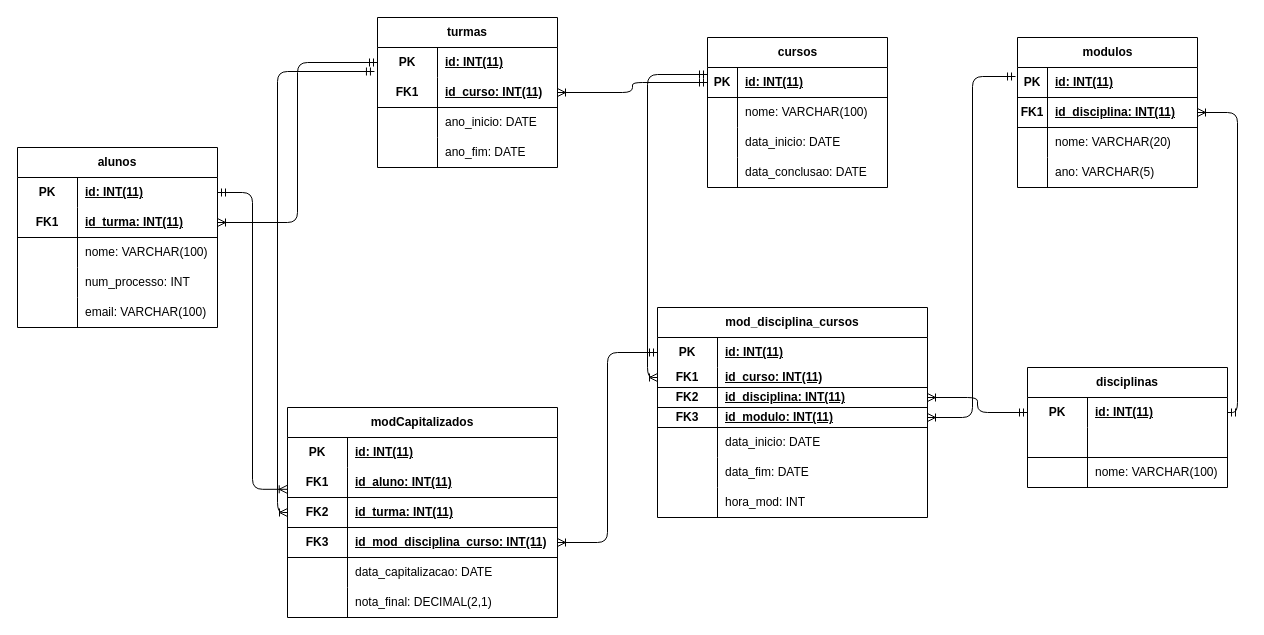
Above: gmr_modER.drawio in DaviClementee/Gest_mod_reali_Davi_Mario_Karamjit_Gerry (draw.io), before the change. Source tidied: cells renumbered, new cells numbered last; positions are measured from the earlier drawing's top-left corner, leaving out a move shared by most shapes. Both pictures are drawn from the tidied source at 100%, with x=0, y=0 at pixel (17, 17).
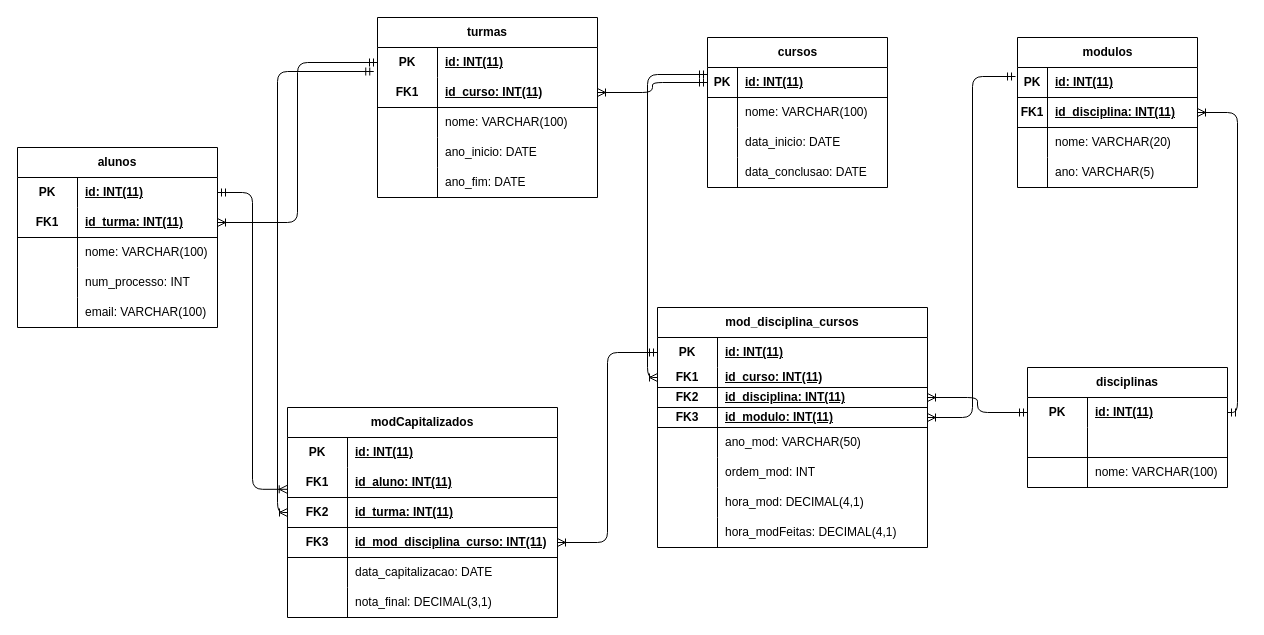
After the change.

Unchanged cells that the change refers to:
```xml
<mxCell id="83" style="shape=tableRow;horizontal=0;startSize=0;swimlaneHead=0;swimlaneBody=0;fillColor=none;top=0;left=0;right=0;bottom=0;html=1;" parent="70" vertex="1">
  <mxGeometry y="120" width="270" height="30" as="geometry" />
</mxCell>
<mxCell id="86" style="shape=tableRow;horizontal=0;startSize=0;swimlaneHead=0;swimlaneBody=0;fillColor=none;top=0;left=0;right=0;bottom=0;html=1;" parent="70" vertex="1">
  <mxGeometry y="150" width="270" height="30" as="geometry" />
</mxCell>
<mxCell id="89" style="shape=tableRow;horizontal=0;startSize=0;swimlaneHead=0;swimlaneBody=0;fillColor=none;top=0;left=0;right=0;bottom=0;html=1;" parent="70" vertex="1">
  <mxGeometry y="180" width="270" height="30" as="geometry" />
</mxCell>
<mxCell id="113" style="shape=tableRow;horizontal=0;startSize=0;swimlaneHead=0;swimlaneBody=0;fillColor=none;top=0;left=0;right=0;bottom=0;html=1;" parent="97" vertex="1">
  <mxGeometry y="180" width="270" height="30" as="geometry" />
</mxCell>
```

Change to the diagram source:
```diff
@@
     <mxCell id="2" value="turmas" style="shape=table;startSize=30;childLayout=tableLayout;rowLines=0;fontStyle=1;align=center;html=1;whiteSpace=wrap;" parent="1" vertex="1">
-      <mxGeometry x="360" width="180" height="150" as="geometry" />
+      <mxGeometry x="360" width="220" height="180" as="geometry" />
     </mxCell>
     <mxCell id="3" style="shape=tableRow;horizontal=0;startSize=0;swimlaneHead=0;swimlaneBody=0;fillColor=none;points=[[0,0.5],[1,0.5]];portConstraint=eastwest;top=0;left=0;right=0;bottom=0;html=1;" parent="2" vertex="1">
-      <mxGeometry y="30" width="180" height="30" as="geometry" />
+      <mxGeometry y="30" width="220" height="30" as="geometry" />
     </mxCell>
@@
     <mxCell id="5" value="id: INT(11)" style="shape=partialRectangle;fillColor=none;top=0;left=0;bottom=0;right=0;align=left;spacingLeft=6;fontStyle=5;overflow=hidden;html=1;whiteSpace=wrap;" parent="3" vertex="1">
-      <mxGeometry x="60" width="120" height="30" as="geometry" />
+      <mxGeometry x="60" width="160" height="30" as="geometry" />
     </mxCell>
     <mxCell id="6" style="shape=tableRow;horizontal=0;startSize=0;swimlaneHead=0;swimlaneBody=0;fillColor=none;points=[[0,0.5],[1,0.5]];portConstraint=eastwest;top=0;left=0;right=0;bottom=1;html=1;" parent="2" vertex="1">
-      <mxGeometry y="60" width="180" height="30" as="geometry" />
+      <mxGeometry y="60" width="220" height="30" as="geometry" />
     </mxCell>
@@
     <mxCell id="8" value="id_curso: INT(11)" style="shape=partialRectangle;fillColor=none;top=0;left=0;bottom=0;right=0;align=left;spacingLeft=6;fontStyle=5;overflow=hidden;html=1;whiteSpace=wrap;" parent="6" vertex="1">
-      <mxGeometry x="60" width="120" height="30" as="geometry" />
+      <mxGeometry x="60" width="160" height="30" as="geometry" />
     </mxCell>
+    <mxCell id="117" style="shape=tableRow;horizontal=0;startSize=0;swimlaneHead=0;swimlaneBody=0;fillColor=none;top=0;left=0;right=0;bottom=0;html=1;" parent="2" vertex="1">
+      <mxGeometry y="90" width="220" height="30" as="geometry" />
+    </mxCell>
+    <mxCell id="118" style="shape=partialRectangle;fillColor=none;top=0;left=0;bottom=0;right=0;overflow=hidden;html=1;whiteSpace=wrap;" parent="117" vertex="1">
+      <mxGeometry width="60" height="30" as="geometry" />
+    </mxCell>
+    <mxCell id="119" value="nome: VARCHAR(100)" style="shape=partialRectangle;fillColor=none;top=0;left=0;bottom=0;right=0;align=left;spacingLeft=6;overflow=hidden;html=1;whiteSpace=wrap;" parent="117" vertex="1">
+      <mxGeometry x="60" width="160" height="30" as="geometry" />
+    </mxCell>
     <mxCell id="9" style="shape=tableRow;horizontal=0;startSize=0;swimlaneHead=0;swimlaneBody=0;fillColor=none;top=0;left=0;right=0;bottom=0;html=1;" parent="2" vertex="1">
-      <mxGeometry y="90" width="180" height="30" as="geometry" />
+      <mxGeometry y="120" width="220" height="30" as="geometry" />
     </mxCell>
@@
     <mxCell id="11" value="ano_inicio: DATE" style="shape=partialRectangle;fillColor=none;top=0;left=0;bottom=0;right=0;align=left;spacingLeft=6;overflow=hidden;html=1;whiteSpace=wrap;" parent="9" vertex="1">
-      <mxGeometry x="60" width="120" height="30" as="geometry" />
+      <mxGeometry x="60" width="160" height="30" as="geometry" />
     </mxCell>
     <mxCell id="12" style="shape=tableRow;horizontal=0;startSize=0;swimlaneHead=0;swimlaneBody=0;fillColor=none;top=0;left=0;right=0;bottom=0;html=1;" parent="2" vertex="1">
-      <mxGeometry y="120" width="180" height="30" as="geometry" />
+      <mxGeometry y="150" width="220" height="30" as="geometry" />
     </mxCell>
@@
     <mxCell id="14" value="ano_fim: DATE" style="shape=partialRectangle;fillColor=none;top=0;left=0;bottom=0;right=0;align=left;spacingLeft=6;overflow=hidden;html=1;whiteSpace=wrap;" parent="12" vertex="1">
-      <mxGeometry x="60" width="120" height="30" as="geometry" />
+      <mxGeometry x="60" width="160" height="30" as="geometry" />
     </mxCell>
@@
     <mxCell id="70" value="mod_disciplina_cursos" style="shape=table;startSize=30;childLayout=tableLayout;rowLines=0;fontStyle=1;align=center;html=1;whiteSpace=wrap;" parent="1" vertex="1">
-      <mxGeometry x="640" y="290" width="270" height="210" as="geometry" />
+      <mxGeometry x="640" y="290" width="270" height="240" as="geometry" />
     </mxCell>
@@
-    <mxCell id="85" value="data_inicio: DATE" style="shape=partialRectangle;fillColor=none;top=0;left=0;bottom=0;right=0;align=left;spacingLeft=6;overflow=hidden;html=1;whiteSpace=wrap;" parent="83" vertex="1">
+    <mxCell id="85" value="ano_mod: VARCHAR(50)" style="shape=partialRectangle;fillColor=none;top=0;left=0;bottom=0;right=0;align=left;spacingLeft=6;overflow=hidden;html=1;whiteSpace=wrap;" parent="83" vertex="1">
       <mxGeometry x="60" width="210" height="30" as="geometry" />
     </mxCell>
@@
-    <mxCell id="88" value="data_fim: DATE" style="shape=partialRectangle;fillColor=none;top=0;left=0;bottom=0;right=0;align=left;spacingLeft=6;overflow=hidden;html=1;whiteSpace=wrap;" parent="86" vertex="1">
+    <mxCell id="88" value="ordem_mod: INT" style="shape=partialRectangle;fillColor=none;top=0;left=0;bottom=0;right=0;align=left;spacingLeft=6;overflow=hidden;html=1;whiteSpace=wrap;" parent="86" vertex="1">
       <mxGeometry x="60" width="210" height="30" as="geometry" />
     </mxCell>
@@
-    <mxCell id="91" value="hora_mod: INT" style="shape=partialRectangle;fillColor=none;top=0;left=0;bottom=0;right=0;align=left;spacingLeft=6;overflow=hidden;html=1;whiteSpace=wrap;" parent="89" vertex="1">
+    <mxCell id="91" value="hora_mod: DECIMAL(4,1)" style="shape=partialRectangle;fillColor=none;top=0;left=0;bottom=0;right=0;align=left;spacingLeft=6;overflow=hidden;html=1;whiteSpace=wrap;" parent="89" vertex="1">
       <mxGeometry x="60" width="210" height="30" as="geometry" />
     </mxCell>
+    <mxCell id="120" style="shape=tableRow;horizontal=0;startSize=0;swimlaneHead=0;swimlaneBody=0;fillColor=none;top=0;left=0;right=0;bottom=0;html=1;" parent="70" vertex="1">
+      <mxGeometry y="210" width="270" height="30" as="geometry" />
+    </mxCell>
+    <mxCell id="121" style="shape=partialRectangle;fillColor=none;top=0;left=0;bottom=0;right=0;overflow=hidden;html=1;whiteSpace=wrap;" parent="120" vertex="1">
+      <mxGeometry width="60" height="30" as="geometry" />
+    </mxCell>
+    <mxCell id="122" value="hora_modFeitas: DECIMAL(4,1)" style="shape=partialRectangle;fillColor=none;top=0;left=0;bottom=0;right=0;align=left;spacingLeft=6;overflow=hidden;html=1;whiteSpace=wrap;" parent="120" vertex="1">
+      <mxGeometry x="60" width="210" height="30" as="geometry" />
+    </mxCell>
@@
-    <mxCell id="115" value="nota_final: DECIMAL(2,1)" style="shape=partialRectangle;fillColor=none;top=0;left=0;bottom=0;right=0;align=left;spacingLeft=6;overflow=hidden;html=1;whiteSpace=wrap;" parent="113" vertex="1">
+    <mxCell id="115" value="nota_final: DECIMAL(3,1)" style="shape=partialRectangle;fillColor=none;top=0;left=0;bottom=0;right=0;align=left;spacingLeft=6;overflow=hidden;html=1;whiteSpace=wrap;" parent="113" vertex="1">
       <mxGeometry x="60" width="210" height="30" as="geometry" />
     </mxCell>
```
